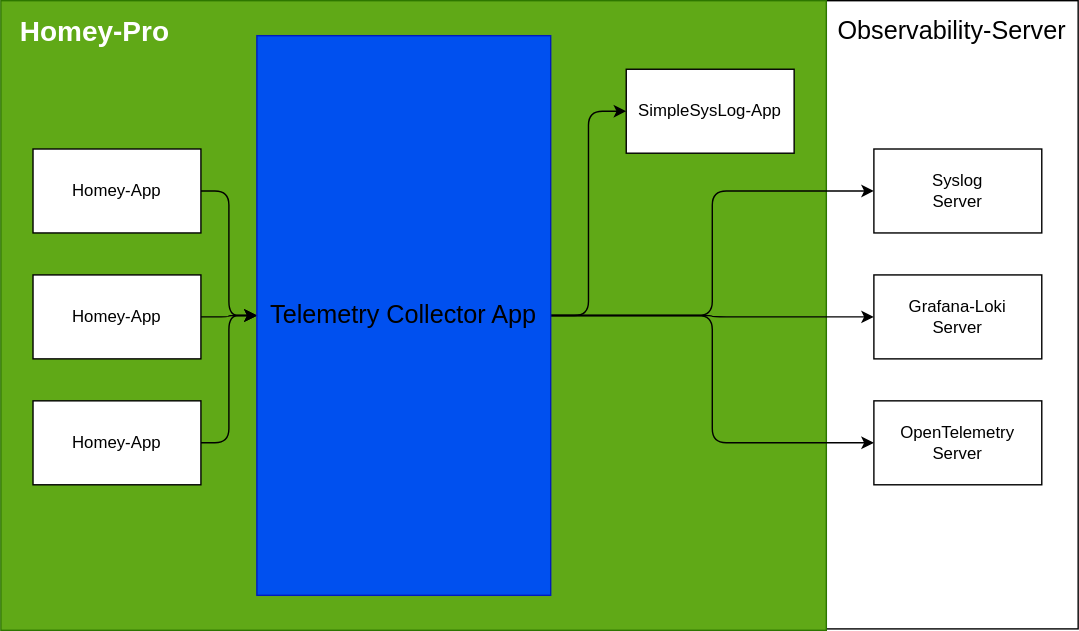
Earlier version of the draw.io export _docs/telco.drawio.svg (cgHome/homey.telemetryCollector). Source tidied: cells renumbered, new cells last; positions are measured from the earlier drawing's top-left corner, leaving out a move shared by most shapes.
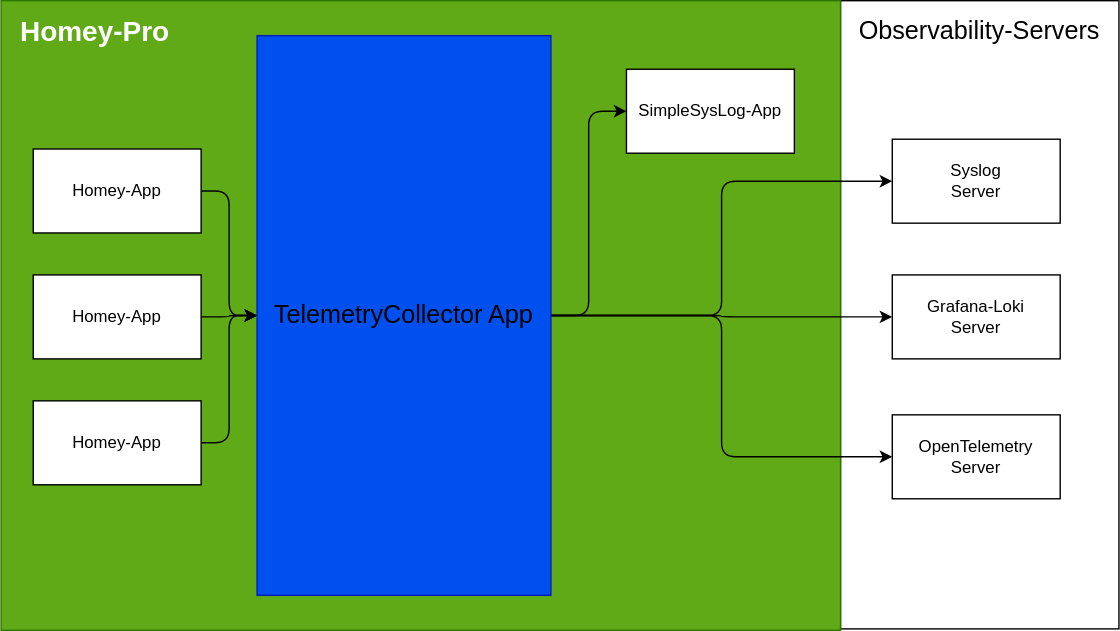
The same diagram one commit later.

The edit, as a diff of the source:
```diff
@@ -2,11 +2,11 @@
   <root>
     <mxCell id="0" />
     <mxCell id="1" parent="0" />
-    <mxCell id="2" value="Observability-Server" style="rounded=0;whiteSpace=wrap;html=1;align=center;verticalAlign=top;fontSize=18;spacingBottom=0;spacingTop=5;fontColor=default;labelBackgroundColor=none;strokeColor=light-dark(#000000,#000000);" parent="1" vertex="1">
-      <mxGeometry x="590" width="180" height="449" as="geometry" />
+    <mxCell id="2" value="Observability-Servers" style="rounded=0;whiteSpace=wrap;html=1;align=center;verticalAlign=top;fontSize=18;spacingBottom=0;spacingTop=5;labelBackgroundColor=none;strokeColor=light-dark(#000000,#000000);" parent="1" vertex="1">
+      <mxGeometry x="600" width="199" height="449" as="geometry" />
     </mxCell>
     <mxCell id="3" value="&lt;font style=&quot;font-size: 20px;&quot;&gt;&lt;b&gt;Homey-Pro&lt;/b&gt;&lt;/font&gt;" style="rounded=0;whiteSpace=wrap;html=1;align=left;horizontal=1;verticalAlign=top;fontSize=24;spacingLeft=12;fillColor=#60a917;fontColor=#ffffff;strokeColor=#2D7600;" parent="1" vertex="1">
-      <mxGeometry width="590" height="450" as="geometry" />
+      <mxGeometry width="600" height="450" as="geometry" />
     </mxCell>
     <mxCell id="4" style="edgeStyle=orthogonalEdgeStyle;html=1;exitX=1;exitY=0.5;exitDx=0;exitDy=0;entryX=0;entryY=0.5;entryDx=0;entryDy=0;" parent="1" edge="1" source="5" target="14">
       <mxGeometry relative="1" as="geometry" />
@@ -38,20 +38,20 @@
     <mxCell id="13" style="edgeStyle=orthogonalEdgeStyle;html=1;exitX=1;exitY=0.5;exitDx=0;exitDy=0;" parent="1" edge="1" source="14" target="17">
       <mxGeometry relative="1" as="geometry" />
     </mxCell>
-    <mxCell id="14" value="Telemetry Collector App" style="rounded=0;whiteSpace=wrap;html=1;verticalAlign=middle;fontSize=18;spacing=7;fillColor=light-dark(#0050EF,#004A98);fontColor=default;strokeColor=#001DBC;" parent="1" vertex="1">
+    <mxCell id="14" value="TelemetryCollector App" style="rounded=0;whiteSpace=wrap;html=1;verticalAlign=middle;fontSize=18;spacing=7;fillColor=light-dark(#0050EF,#004A98);fontColor=default;strokeColor=#001DBC;" parent="1" vertex="1">
       <mxGeometry x="183" y="25" width="210" height="400" as="geometry" />
     </mxCell>
     <mxCell id="15" value="SimpleSysLog-App" style="rounded=0;whiteSpace=wrap;html=1;" parent="1" vertex="1">
       <mxGeometry x="447" y="49" width="120" height="60" as="geometry" />
     </mxCell>
     <mxCell id="16" value="Syslog&lt;div&gt;Server&lt;/div&gt;" style="rounded=0;whiteSpace=wrap;html=1;" parent="1" vertex="1">
-      <mxGeometry x="624" y="106" width="120" height="60" as="geometry" />
+      <mxGeometry x="637" y="99" width="120" height="60" as="geometry" />
     </mxCell>
     <mxCell id="17" value="OpenTelemetry&lt;div&gt;Server&lt;/div&gt;" style="rounded=0;whiteSpace=wrap;html=1;" parent="1" vertex="1">
-      <mxGeometry x="624" y="286" width="120" height="60" as="geometry" />
+      <mxGeometry x="637" y="296" width="120" height="60" as="geometry" />
     </mxCell>
     <mxCell id="18" value="Grafana-Loki&lt;div&gt;Server&lt;/div&gt;" style="rounded=0;whiteSpace=wrap;html=1;" parent="1" vertex="1">
-      <mxGeometry x="624" y="196" width="120" height="60" as="geometry" />
+      <mxGeometry x="637" y="196" width="120" height="60" as="geometry" />
     </mxCell>
   </root>
 </mxGraphModel>
```
